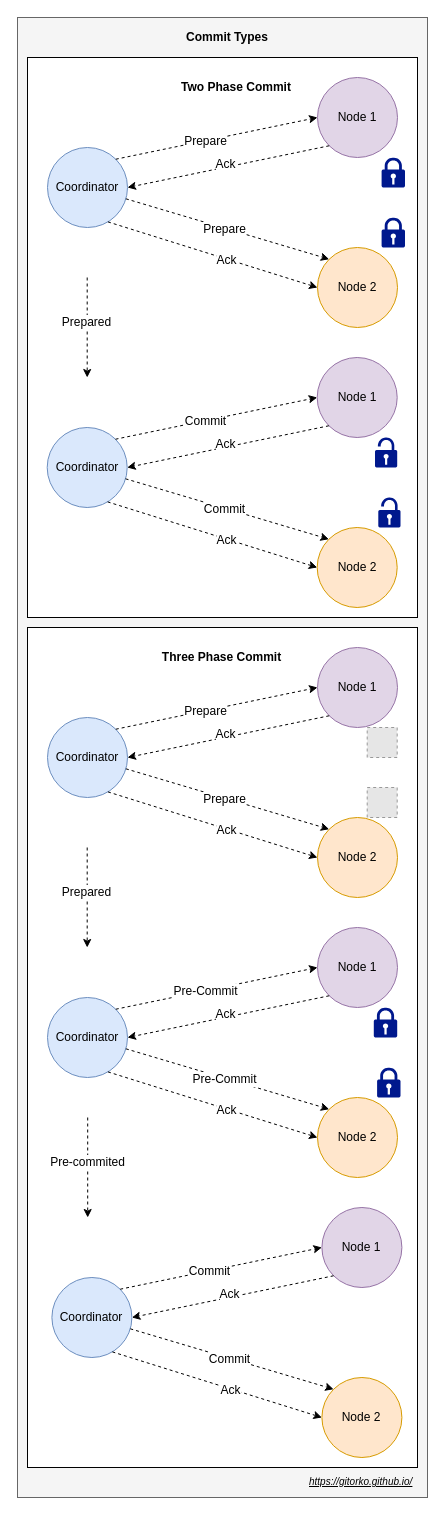
Earlier version of the draw.io diagram content/post/grokking-the-system-design-interview/distributed-transaction.drawio (gitorko/gitorko.github.io). Source tidied: cells renumbered, new cells numbered last; positions are measured from the earlier drawing's top-left corner, leaving out a move shared by most shapes. Both pictures are drawn from the tidied source at 100%, with x=0, y=0 at pixel (17, 17). Pictures stored in the file or linked from it are replaced by grey dashed boxes.
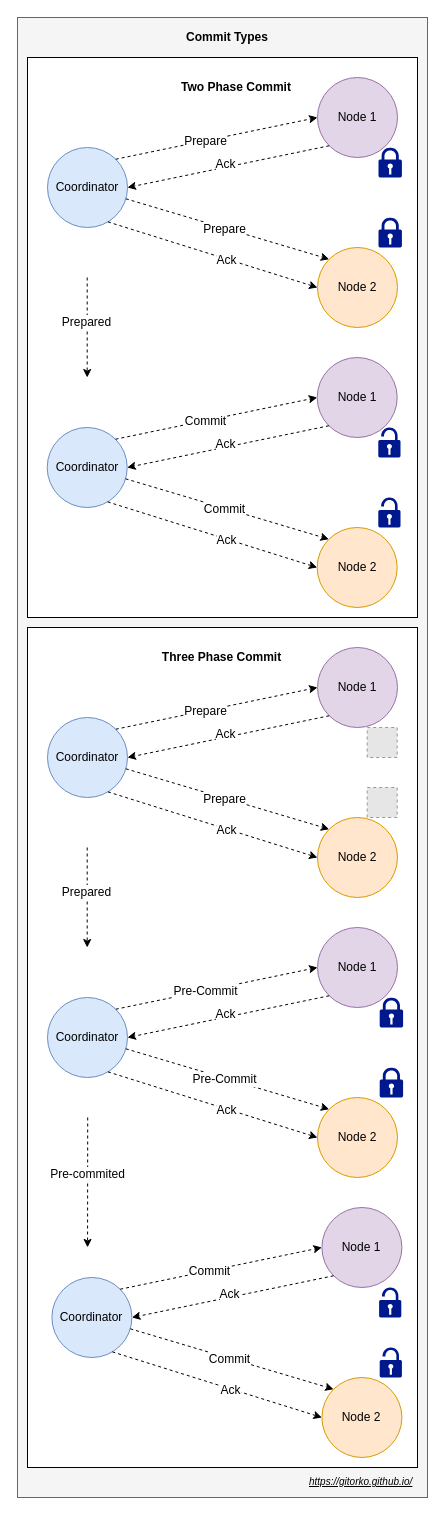
After the change.

The change refers to these unchanged cells:
```xml
<mxCell id="29" style="rounded=0;whiteSpace=wrap;html=1;" parent="1" vertex="1">
  <mxGeometry x="10" y="610" width="390" height="840" as="geometry" />
</mxCell>
```

Change to the diagram source:
```diff
@@
-    <mxCell id="66" style="endArrow=classic;html=1;dashed=1;" parent="1" edge="1">
+    <mxCell id="66" style="endArrow=classic;html=1;dashed=1;entryX=0.154;entryY=0.738;entryDx=0;entryDy=0;entryPerimeter=0;" parent="1" edge="1" target="29">
       <mxGeometry relative="1" as="geometry">
         <mxPoint x="70.2" y="1100" as="sourcePoint" />
-        <mxPoint x="70.2" y="1200" as="targetPoint" />
       </mxGeometry>
     </mxCell>
@@
     <mxCell id="70" style="shadow=0;dashed=0;html=1;strokeColor=none;labelPosition=center;verticalLabelPosition=bottom;verticalAlign=top;align=center;fillColor=#00188D;shape=mxgraph.mscae.enterprise.lock;" parent="1" vertex="1">
-      <mxGeometry x="364.1" y="140" width="23.4" height="30" as="geometry" />
+      <mxGeometry x="361" y="130" width="23.4" height="30" as="geometry" />
     </mxCell>
     <mxCell id="71" style="shadow=0;dashed=0;html=1;strokeColor=none;labelPosition=center;verticalLabelPosition=bottom;verticalAlign=top;align=center;fillColor=#00188D;shape=mxgraph.mscae.enterprise.lock_unlocked;" parent="1" vertex="1">
-      <mxGeometry x="357.5" y="420" width="22.2" height="30" as="geometry" />
+      <mxGeometry x="360.8" y="410" width="22.2" height="30" as="geometry" />
     </mxCell>
@@
     <mxCell id="73" style="shadow=0;dashed=0;html=1;strokeColor=none;labelPosition=center;verticalLabelPosition=bottom;verticalAlign=top;align=center;fillColor=#00188D;shape=mxgraph.mscae.enterprise.lock;" parent="1" vertex="1">
-      <mxGeometry x="364.1" y="200" width="23.4" height="30" as="geometry" />
+      <mxGeometry x="361" y="200" width="23.4" height="30" as="geometry" />
     </mxCell>
     <mxCell id="74" style="shadow=0;dashed=0;html=1;strokeColor=none;labelPosition=center;verticalLabelPosition=bottom;verticalAlign=top;align=center;fillColor=#00188D;shape=mxgraph.mscae.enterprise.lock;" parent="1" vertex="1">
-      <mxGeometry x="356.3" y="990" width="23.4" height="30" as="geometry" />
+      <mxGeometry x="362.2" y="980" width="23.4" height="30" as="geometry" />
     </mxCell>
     <mxCell id="75" style="shadow=0;dashed=0;html=1;strokeColor=none;labelPosition=center;verticalLabelPosition=bottom;verticalAlign=top;align=center;fillColor=#00188D;shape=mxgraph.mscae.enterprise.lock;" parent="1" vertex="1">
-      <mxGeometry x="359.6" y="1050" width="23.4" height="30" as="geometry" />
+      <mxGeometry x="362.2" y="1050" width="23.4" height="30" as="geometry" />
     </mxCell>
@@
+    <mxCell id="78" style="shadow=0;dashed=0;html=1;strokeColor=none;labelPosition=center;verticalLabelPosition=bottom;verticalAlign=top;align=center;fillColor=#00188D;shape=mxgraph.mscae.enterprise.lock_unlocked;" parent="1" vertex="1">
+      <mxGeometry x="361.6" y="1270" width="22.2" height="30" as="geometry" />
+    </mxCell>
+    <mxCell id="79" style="shadow=0;dashed=0;html=1;strokeColor=none;labelPosition=center;verticalLabelPosition=bottom;verticalAlign=top;align=center;fillColor=#00188D;shape=mxgraph.mscae.enterprise.lock_unlocked;" parent="1" vertex="1">
+      <mxGeometry x="362.2" y="1330" width="22.2" height="30" as="geometry" />
+    </mxCell>
```
